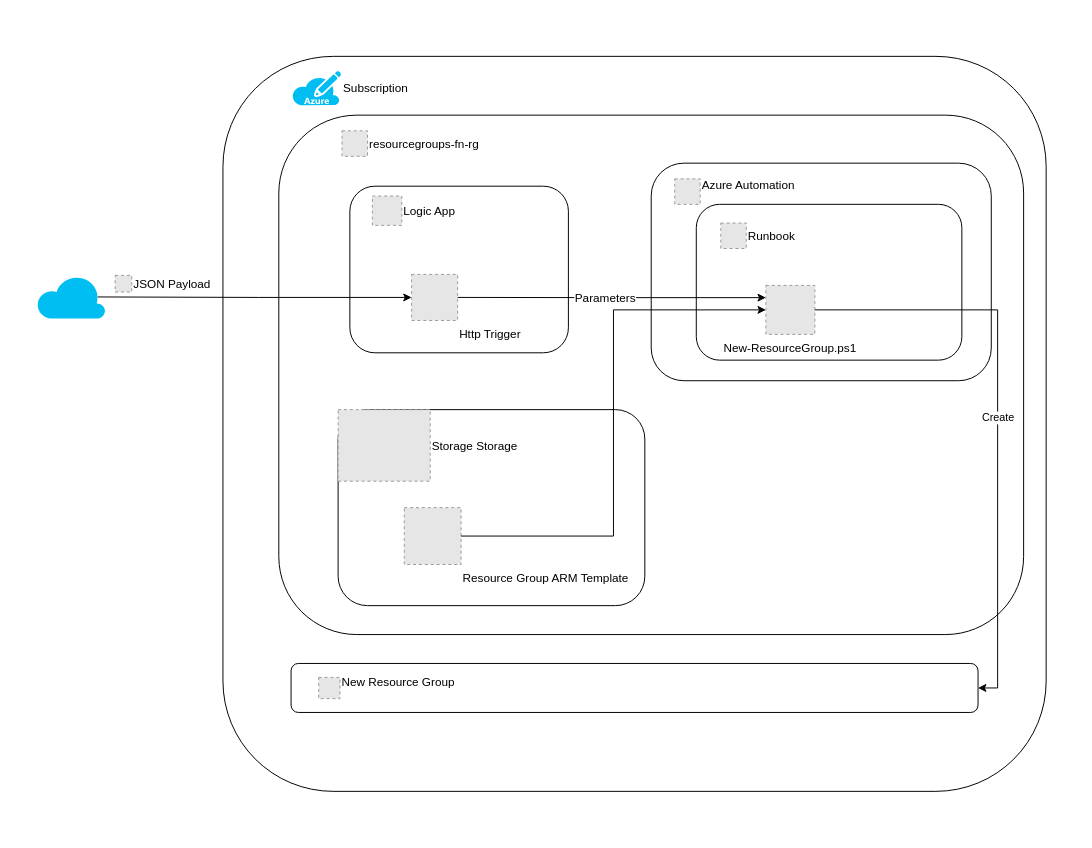
Above: assets/ResourceGroupLogicAppArchitecture.drawio in YaleUniversity/azure-resourcegroup-runbook-logicapp (draw.io), before the change. Source tidied: cells renumbered, new cells numbered last; positions are measured from the earlier drawing's top-left corner, leaving out a move shared by most shapes. Both pictures are drawn from the tidied source at 98%, with x=0, y=0 at pixel (17, 17). Pictures stored in the file or linked from it are replaced by grey dashed boxes.
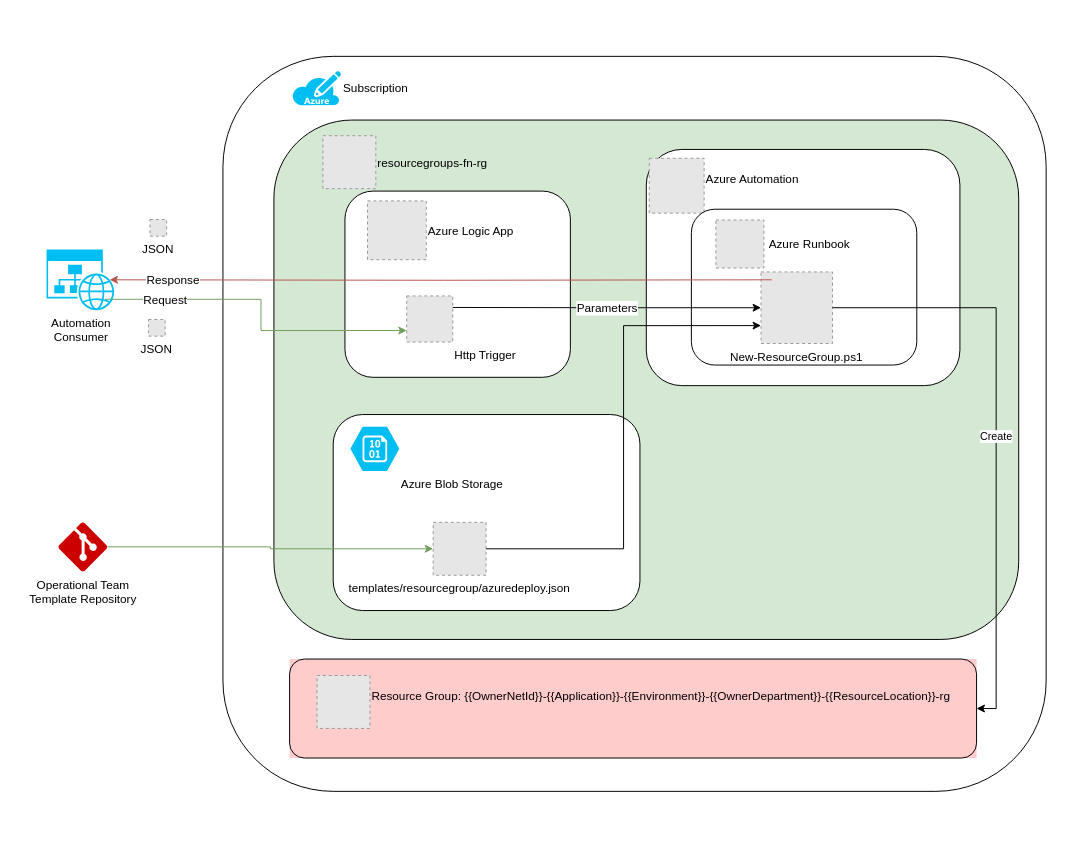
The same page after the edit.

Commit message (it also covers changes not shown here):
Updating architecture diagram.

Unchanged cells that the change refers to:
```xml
<mxCell id="10" style="group;labelPosition=center;verticalLabelPosition=bottom;align=center;verticalAlign=top;" parent="9" vertex="1">
  <mxGeometry width="760" height="530" as="geometry" />
</mxCell>
<mxCell id="17" style="group;" parent="10" vertex="1">
  <mxGeometry x="60.5" y="300.5" width="313" height="200" as="geometry" />
</mxCell>
<mxCell id="23" style="group;" parent="10" vertex="1">
  <mxGeometry x="426" y="91" width="271" height="159" as="geometry" />
</mxCell>
```

Change to the diagram source:
```diff
@@
     <mxCell id="2" style="rounded=0;whiteSpace=wrap;html=1;fillColor=#ffffff;strokeColor=none;" parent="1" vertex="1">
-      <mxGeometry width="1080" height="830" as="geometry" />
+      <mxGeometry y="1" width="1080" height="830" as="geometry" />
     </mxCell>
@@
-    <mxCell id="5" style="group;" parent="1" vertex="1">
-      <mxGeometry x="279.5" y="659.5" width="701" height="50" as="geometry" />
+    <mxCell id="5" style="group;fillColor=#FFCCCC;labelPosition=left;verticalLabelPosition=top;align=right;verticalAlign=bottom;" parent="1" vertex="1">
+      <mxGeometry x="278" y="655" width="701" height="101" as="geometry" />
     </mxCell>
     <mxCell id="6" style="rounded=1;whiteSpace=wrap;html=1;strokeColor=#000000;fillColor=none;" parent="5" vertex="1">
-      <mxGeometry width="701" height="50" as="geometry" />
+      <mxGeometry width="701" height="101" as="geometry" />
     </mxCell>
-    <mxCell id="7" value="New Resource Group&#10;" style="fillColor=#E6E6E6;strokeColor=#999999;dashed=1;verticalLabelPosition=middle;verticalAlign=middle;labelPosition=right;align=left;" parent="5" vertex="1">
-      <mxGeometry x="28.2" y="14.2" width="21.7" height="21.7" as="geometry" />
+    <mxCell id="7" value="Resource Group: {{OwnerNetId}}-{{Application}}-{{Environment}}-{{OwnerDepartment}}-{{ResourceLocation}}-rg&#10;" style="fillColor=#E6E6E6;strokeColor=#999999;dashed=1;verticalLabelPosition=middle;verticalAlign=middle;labelPosition=right;align=left;" parent="5" vertex="1">
+      <mxGeometry x="28" y="16.8" width="54" height="54" as="geometry" />
     </mxCell>
-    <mxCell id="8" style="group;" parent="1" vertex="1">
-      <mxGeometry x="267" y="99" width="760" height="530" as="geometry" />
+    <mxCell id="8" style="group;labelPosition=right;verticalLabelPosition=bottom;align=left;verticalAlign=top;" parent="1" vertex="1">
+      <mxGeometry x="267" y="103" width="760" height="530" as="geometry" />
     </mxCell>
     <mxCell id="9" style="group;" parent="8" vertex="1">
-      <mxGeometry y="1" width="760" height="530" as="geometry" />
+      <mxGeometry x="-5" y="2" width="760" height="530" as="geometry" />
     </mxCell>
@@
-    <mxCell id="11" style="rounded=1;whiteSpace=wrap;html=1;" parent="10" vertex="1">
+    <mxCell id="11" style="rounded=1;whiteSpace=wrap;html=1;fillColor=#D5E8D4;" parent="10" vertex="1">
       <mxGeometry width="760" height="530" as="geometry" />
     </mxCell>
     <mxCell id="12" value="resourcegroups-fn-rg" style="fillColor=#E6E6E6;strokeColor=#999999;dashed=1;verticalLabelPosition=middle;verticalAlign=middle;labelPosition=right;align=left;" parent="10" vertex="1">
-      <mxGeometry x="64.5" y="16" width="26" height="26" as="geometry" />
+      <mxGeometry x="50" y="16" width="54" height="54" as="geometry" />
     </mxCell>
     <mxCell id="13" style="group;" parent="10" vertex="1">
-      <mxGeometry x="72.5" y="72.5" width="223" height="170" as="geometry" />
+      <mxGeometry x="72.5" y="72.5" width="230" height="190" as="geometry" />
     </mxCell>
     <mxCell id="14" style="rounded=1;whiteSpace=wrap;html=1;" parent="13" vertex="1">
-      <mxGeometry width="223" height="170" as="geometry" />
+      <mxGeometry width="230" height="190" as="geometry" />
     </mxCell>
-    <mxCell id="15" value="Logic App" style="fillColor=#E6E6E6;strokeColor=#999999;dashed=1;verticalLabelPosition=middle;verticalAlign=middle;labelPosition=right;align=left;" parent="13" vertex="1">
-      <mxGeometry x="23" y="10" width="30" height="30" as="geometry" />
+    <mxCell id="15" value="Azure Logic App" style="fillColor=#E6E6E6;strokeColor=#999999;dashed=1;verticalLabelPosition=middle;verticalAlign=middle;labelPosition=right;align=left;" parent="13" vertex="1">
+      <mxGeometry x="23" y="10" width="60" height="60" as="geometry" />
     </mxCell>
     <mxCell id="16" value="Http Trigger" style="fillColor=#E6E6E6;strokeColor=#999999;dashed=1;verticalLabelPosition=bottom;verticalAlign=top;labelPosition=right;align=left;" parent="13" vertex="1">
-      <mxGeometry x="63" y="90" width="47" height="47" as="geometry" />
+      <mxGeometry x="63" y="107" width="47" height="47" as="geometry" />
     </mxCell>
@@
-    <mxCell id="19" value="Storage Storage" style="fillColor=#E6E6E6;strokeColor=#999999;dashed=1;verticalLabelPosition=middle;verticalAlign=middle;labelPosition=right;align=left;" parent="17" vertex="1">
-      <mxGeometry width="94" height="73" as="geometry" />
-    </mxCell>
-    <mxCell id="20" value="Resource Group ARM Template" style="fillColor=#E6E6E6;strokeColor=#999999;dashed=1;verticalLabelPosition=bottom;verticalAlign=top;labelPosition=right;align=left;" parent="17" vertex="1">
-      <mxGeometry x="67.5" y="100" width="58" height="58" as="geometry" />
+    <mxCell id="20" value="templates/resourcegroup/azuredeploy.json" style="fillColor=#E6E6E6;strokeColor=#999999;dashed=1;verticalLabelPosition=bottom;verticalAlign=top;labelPosition=center;align=center;" parent="17" vertex="1">
+      <mxGeometry x="102" y="110" width="54" height="54" as="geometry" />
     </mxCell>
+    <mxCell id="34" value="Azure Blob Storage" style="verticalLabelPosition=bottom;html=1;verticalAlign=top;align=left;strokeColor=none;fillColor=#00BEF2;shape=mxgraph.azure.storage_blob;labelPosition=right;" parent="17" vertex="1">
+      <mxGeometry x="17.5" y="12.5" width="50" height="45" as="geometry" />
+    </mxCell>
     <mxCell id="21" style="rounded=1;whiteSpace=wrap;html=1;" parent="10" vertex="1">
-      <mxGeometry x="380" y="49" width="347" height="222" as="geometry" />
+      <mxGeometry x="380" y="30" width="320" height="241" as="geometry" />
     </mxCell>
     <mxCell id="22" value="Azure Automation&#10;" style="fillColor=#E6E6E6;strokeColor=#999999;dashed=1;verticalLabelPosition=middle;verticalAlign=middle;labelPosition=right;align=left;" parent="10" vertex="1">
-      <mxGeometry x="404" y="65" width="26" height="26" as="geometry" />
+      <mxGeometry x="383" y="39" width="56" height="56" as="geometry" />
     </mxCell>
@@
     <mxCell id="24" style="rounded=1;whiteSpace=wrap;html=1;" parent="23" vertex="1">
-      <mxGeometry width="271" height="159" as="geometry" />
+      <mxGeometry width="230" height="159" as="geometry" />
     </mxCell>
-    <mxCell id="25" value="Runbook" style="fillColor=#E6E6E6;strokeColor=#999999;dashed=1;verticalLabelPosition=middle;verticalAlign=middle;labelPosition=right;align=left;" parent="23" vertex="1">
-      <mxGeometry x="25" y="19.1" width="26" height="26" as="geometry" />
+    <mxCell id="25" value=" Azure Runbook" style="fillColor=#E6E6E6;strokeColor=#999999;dashed=1;verticalLabelPosition=middle;verticalAlign=middle;labelPosition=right;align=left;" parent="23" vertex="1">
+      <mxGeometry x="25" y="11" width="49" height="49" as="geometry" />
     </mxCell>
     <mxCell id="26" value="New-ResourceGroup.ps1&#10;" style="fillColor=#E6E6E6;strokeColor=#999999;dashed=1;verticalLabelPosition=bottom;verticalAlign=top;labelPosition=center;align=center;" parent="23" vertex="1">
-      <mxGeometry x="71" y="82.7" width="50" height="50" as="geometry" />
+      <mxGeometry x="71" y="64" width="73" height="73" as="geometry" />
     </mxCell>
-    <mxCell id="27" style="edgeStyle=orthogonalEdgeStyle;rounded=0;jettySize=auto;html=1;entryX=1;entryY=0.5;entryDx=0;entryDy=0;startArrow=classic;startFill=1;endArrow=none;endFill=0;" parent="10" edge="1" source="26" target="20">
+    <mxCell id="27" style="edgeStyle=orthogonalEdgeStyle;rounded=0;jettySize=auto;html=1;entryX=1;entryY=0.5;entryDx=0;entryDy=0;startArrow=classic;startFill=1;endArrow=none;endFill=0;exitX=0;exitY=0.75;exitDx=0;exitDy=0;" parent="10" edge="1" source="26" target="20">
       <mxGeometry relative="1" as="geometry" />
     </mxCell>
-    <mxCell id="28" style="edgeStyle=orthogonalEdgeStyle;rounded=0;jettySize=auto;html=1;exitX=0;exitY=0.25;exitDx=0;exitDy=0;entryX=1;entryY=0.5;entryDx=0;entryDy=0;startArrow=classic;startFill=1;endArrow=none;endFill=0;" parent="10" edge="1" source="26" target="16">
+    <mxCell id="28" style="edgeStyle=orthogonalEdgeStyle;rounded=0;jettySize=auto;html=1;exitX=0;exitY=0.5;exitDx=0;exitDy=0;entryX=1;entryY=0.25;entryDx=0;entryDy=0;startArrow=classic;startFill=1;endArrow=none;endFill=0;" parent="10" edge="1" source="26" target="16">
       <mxGeometry relative="1" as="geometry" />
     </mxCell>
     <mxCell id="29" value="Parameters" style="text;html=1;align=center;verticalAlign=middle;labelBackgroundColor=#ffffff;" parent="28" vertex="1">
       <mxGeometry x="0.66" y="2" relative="1" as="geometry">
-        <mxPoint x="96" y="-2" as="offset" />
+        <mxPoint x="103" y="-2" as="offset" />
       </mxGeometry>
     </mxCell>
@@
-    <mxCell id="31" style="verticalLabelPosition=bottom;html=1;verticalAlign=top;align=center;strokeColor=none;fillColor=#00BEF2;shape=mxgraph.azure.cloud;" parent="1" vertex="1">
-      <mxGeometry x="20" y="263.5" width="70" height="44" as="geometry" />
-    </mxCell>
-    <mxCell id="32" style="edgeStyle=orthogonalEdgeStyle;rounded=0;jettySize=auto;html=1;exitX=0;exitY=0.5;exitDx=0;exitDy=0;entryX=0.89;entryY=0.5;entryDx=0;entryDy=0;entryPerimeter=0;startArrow=classic;startFill=1;endArrow=none;endFill=0;" parent="1" edge="1" source="16" target="31">
-      <mxGeometry relative="1" as="geometry" />
-    </mxCell>
-    <mxCell id="33" value="JSON Payload" style="fillColor=#E6E6E6;strokeColor=#999999;dashed=1;verticalLabelPosition=middle;verticalAlign=middle;labelPosition=right;align=left;" parent="1" vertex="1">
-      <mxGeometry x="100" y="263.5" width="17" height="17" as="geometry" />
+    <mxCell id="33" value="JSON" style="fillColor=#E6E6E6;strokeColor=#999999;dashed=1;verticalLabelPosition=bottom;verticalAlign=top;labelPosition=center;align=center;" parent="1" vertex="1">
+      <mxGeometry x="134" y="308.5" width="17" height="17" as="geometry" />
     </mxCell>
+    <mxCell id="35" style="edgeStyle=orthogonalEdgeStyle;rounded=0;jettySize=auto;html=1;strokeWidth=1;fillColor=#f8cecc;strokeColor=#b85450;entryX=0.92;entryY=0.5;entryDx=0;entryDy=0;entryPerimeter=0;" parent="1" edge="1" target="40">
+      <mxGeometry relative="1" as="geometry">
+        <mxPoint x="770" y="268" as="sourcePoint" />
+      </mxGeometry>
+    </mxCell>
+    <mxCell id="36" value="Response" style="text;html=1;align=center;verticalAlign=middle;labelBackgroundColor=#ffffff;" parent="35" vertex="1">
+      <mxGeometry x="0.81" relative="1" as="geometry" />
+    </mxCell>
+    <mxCell id="37" value="JSON&#10;" style="fillColor=#E6E6E6;strokeColor=#999999;dashed=1;verticalLabelPosition=bottom;verticalAlign=top;labelPosition=center;align=center;" parent="1" vertex="1">
+      <mxGeometry x="135.5" y="206.5" width="17" height="17" as="geometry" />
+    </mxCell>
+    <mxCell id="38" style="edgeStyle=orthogonalEdgeStyle;rounded=0;jettySize=auto;html=1;strokeColor=#739E5A;strokeWidth=1;exitX=0.85;exitY=0.821;exitDx=0;exitDy=0;exitPerimeter=0;entryX=0;entryY=0.75;entryDx=0;entryDy=0;" parent="1" edge="1" source="40" target="16">
+      <mxGeometry relative="1" as="geometry" />
+    </mxCell>
+    <mxCell id="39" value="Request" style="text;html=1;align=center;verticalAlign=middle;labelBackgroundColor=#ffffff;" parent="38" vertex="1">
+      <mxGeometry x="-0.64" y="-1" relative="1" as="geometry" />
+    </mxCell>
+    <mxCell id="40" value="Automation&lt;br&gt;Consumer&lt;br&gt;" style="verticalLabelPosition=bottom;html=1;verticalAlign=top;align=center;strokeColor=none;fillColor=#00BEF2;shape=mxgraph.azure.website_generic;" parent="1" vertex="1">
+      <mxGeometry x="30" y="237" width="70" height="62" as="geometry" />
+    </mxCell>
+    <mxCell id="41" style="edgeStyle=orthogonalEdgeStyle;rounded=0;jettySize=auto;html=1;entryX=0;entryY=0.5;entryDx=0;entryDy=0;strokeColor=#739E5A;strokeWidth=1;" parent="1" edge="1" source="42" target="20">
+      <mxGeometry relative="1" as="geometry" />
+    </mxCell>
+    <mxCell id="42" value="Operational Team&lt;br&gt;Template Repository&lt;br&gt;" style="verticalLabelPosition=bottom;html=1;verticalAlign=top;align=center;strokeColor=none;fillColor=#CC0000;shape=mxgraph.azure.git_repository;" parent="1" vertex="1">
+      <mxGeometry x="42" y="515.5" width="50" height="50" as="geometry" />
+    </mxCell>
```
